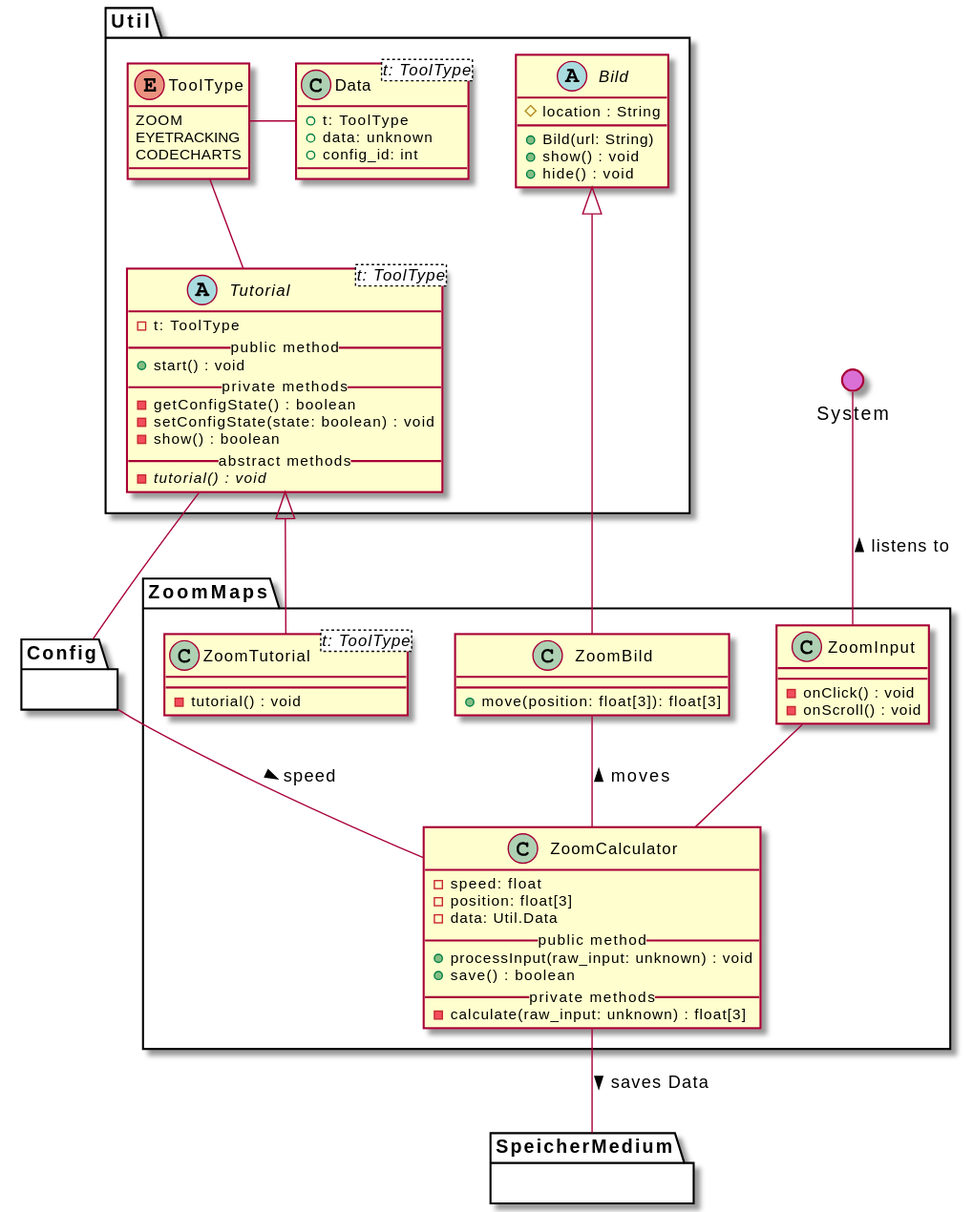
This is uml-class/zoommaps/zoommaps.svg from weichware-10/dokumente, a PlantUML export, as it was before one commit. The source it was exported from:
```plantuml
@startuml
() System #DA70D5
top to bottom direction

package Util {
    abstract Tutorial<t: ToolType> {
      - t: ToolType
      __public method__
      + start() : void
      __private methods__
      - getConfigState() : boolean
      - setConfigState(state: boolean) : void
      - show() : boolean
      __abstract methods__
      - {abstract} tutorial() : void
    }

    enum ToolType {
        ZOOM
        EYETRACKING
        CODECHARTS
    }

    Tutorial -u- ToolType
    Data -r- ToolType
    Tutorial -d- Config



    abstract Bild {
        # location : String
        + Bild(url: String)
        + show() : void
        + hide() : void
    }

    class Data<t: ToolType> {
        + t: ToolType
        + data: unknown
        + config_id: int
    }
}



package ZoomMaps {

    class ZoomInput {
        - onClick() : void
        - onScroll() : void
    }

    class ZoomTutorial<t: ToolType> {
        - tutorial() : void
    }

    class ZoomCalculator {
        - speed: float
        - position: float[3]
        - data: Util.Data
        __public method__
        + processInput(raw_input: unknown) : void
        + save() : boolean
        __private methods__
        - calculate(raw_input: unknown) : float[3]
    }

    class ZoomBild {
        + move(position: float[3]): float[3]
    }


    Bild <|-- ZoomBild
    Tutorial <|-- ZoomTutorial

    ZoomInput -d- ZoomCalculator
    ZoomCalculator  -u- ZoomBild : > moves

    ZoomCalculator -- SpeicherMedium : > saves Data
    ZoomCalculator -l- Config : < speed
    ZoomInput -u- System : > listens to

}

package Config {}

package SpeicherMedium {}
@enduml
```
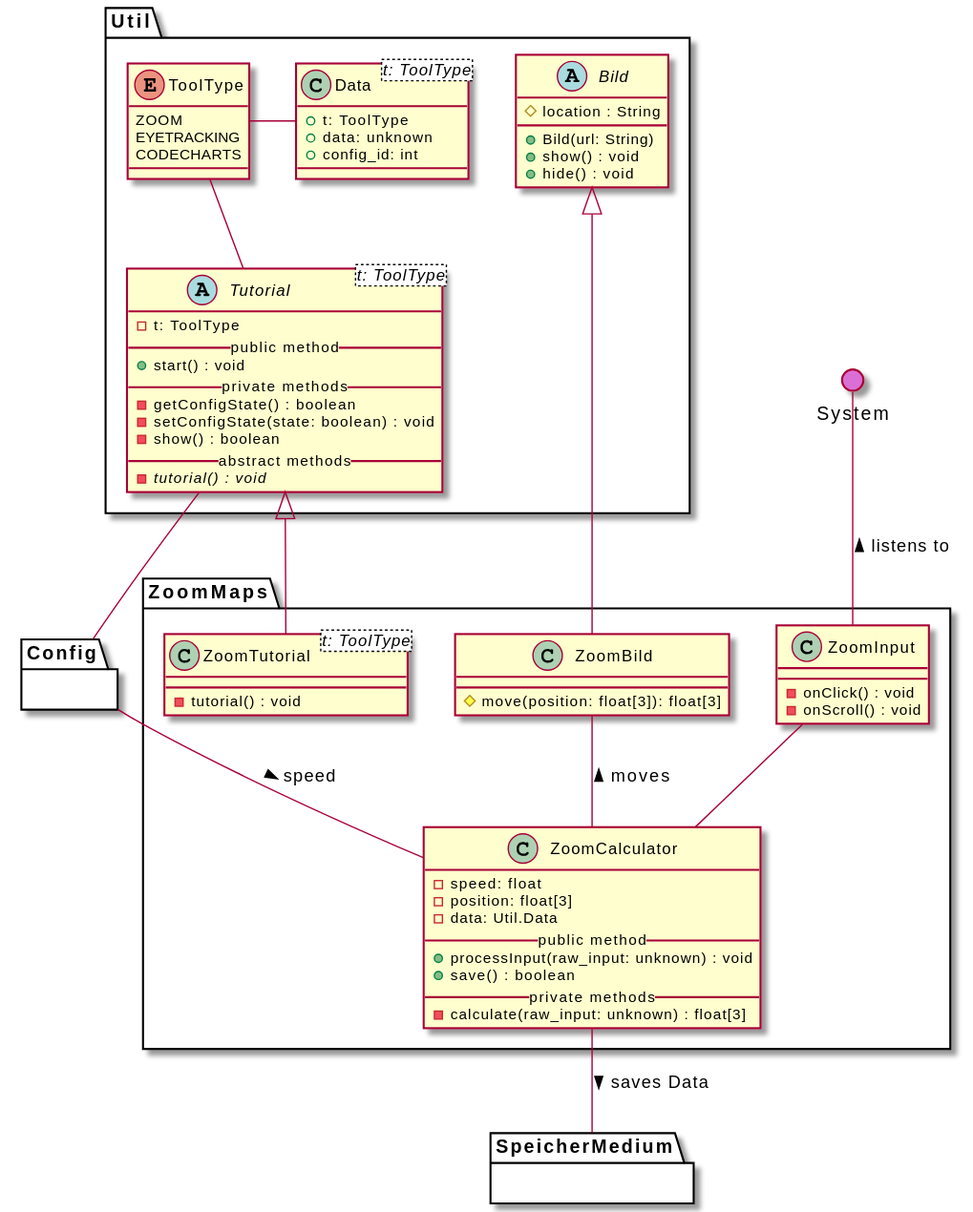
Later version of the same file.

Commit message:
rendered SVGs

Diff of the diagram source:
```diff
@@ -66,7 +66,7 @@
     }
 
     class ZoomBild {
-        + move(position: float[3]): float[3]
+        # move(position: float[3]): float[3]
     }
 
 
```
